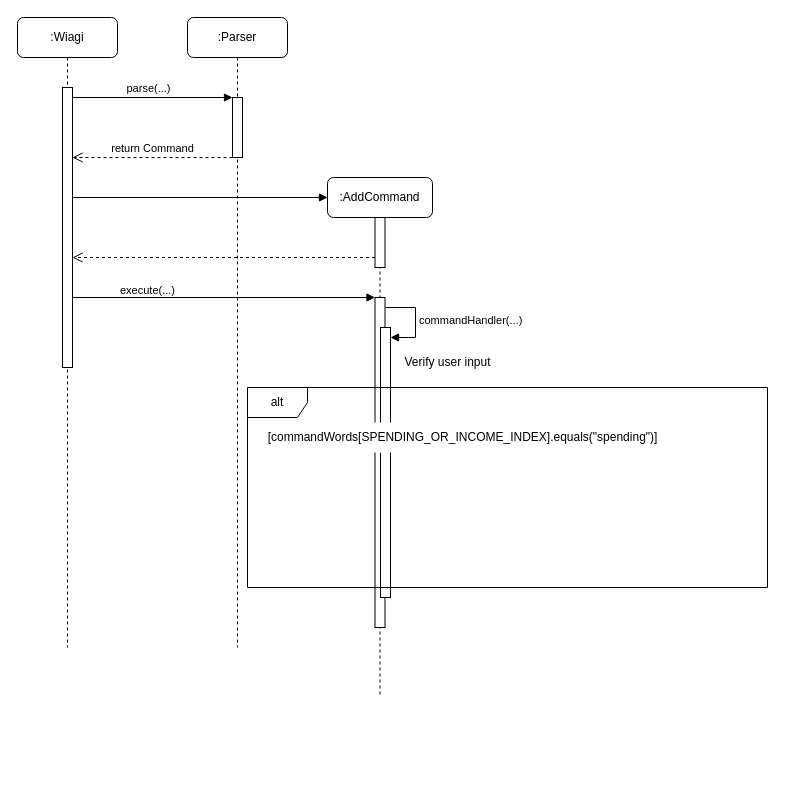
Earlier version of the draw.io diagram docs/Diagrams/addCommand.drawio (wongwh2002/CS2113TeamProject). Source tidied: cells renumbered, new cells numbered last; positions are measured from the earlier drawing's top-left corner, leaving out a move shared by most shapes. Both pictures are drawn from the tidied source at 100%, with x=0, y=0 at pixel (17, 17).
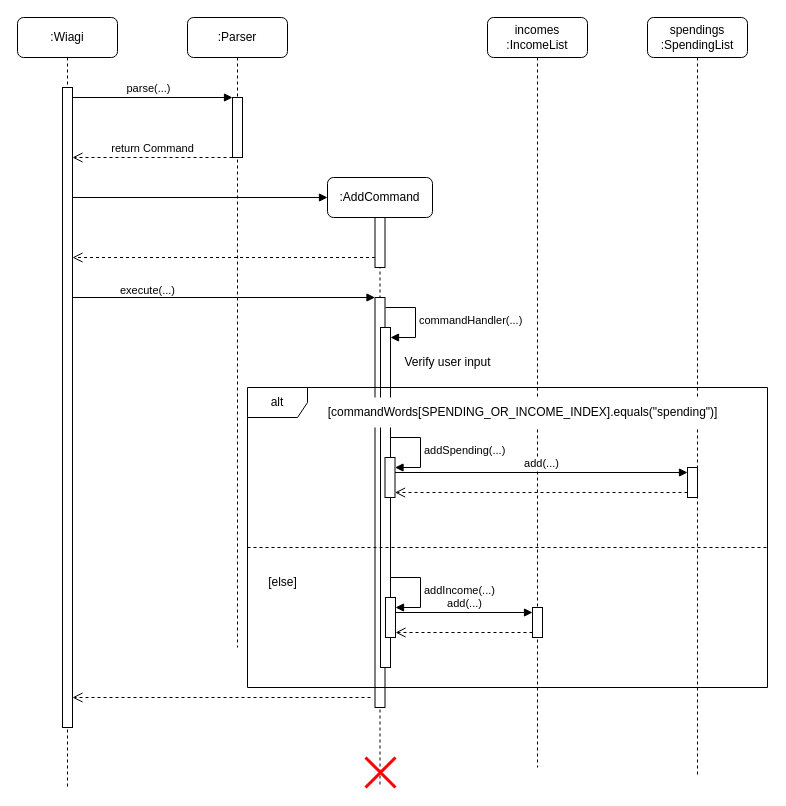
The same diagram, later.

What changed in the source:
```diff
@@
     <mxCell id="2" value=":Wiagi" style="shape=umlLifeline;perimeter=lifelinePerimeter;whiteSpace=wrap;html=1;newEdgeStyle={&quot;edgeStyle&quot;:&quot;elbowEdgeStyle&quot;,&quot;elbow&quot;:&quot;vertical&quot;,&quot;curved&quot;:0,&quot;rounded&quot;:0};rounded=1;" parent="1" vertex="1">
-      <mxGeometry width="100" height="630" as="geometry" />
+      <mxGeometry width="100" height="770" as="geometry" />
     </mxCell>
     <mxCell id="3" style="html=1;points=[];perimeter=orthogonalPerimeter;outlineConnect=0;targetShapes=umlLifeline;portConstraint=eastwest;newEdgeStyle={&quot;edgeStyle&quot;:&quot;elbowEdgeStyle&quot;,&quot;elbow&quot;:&quot;vertical&quot;,&quot;curved&quot;:0,&quot;rounded&quot;:0};" parent="2" vertex="1">
-      <mxGeometry x="45" y="70" width="10" height="280" as="geometry" />
+      <mxGeometry x="45" y="70" width="10" height="640" as="geometry" />
     </mxCell>
     <mxCell id="4" value=":AddCommand" style="shape=umlLifeline;rounded=1;whiteSpace=wrap;html=1;outlineConnect=0;portConstraint=eastwest;newEdgeStyle={&quot;curved&quot;:0,&quot;rounded&quot;:0};targetShapes=umlLifeline;participant=label;points=[[0,0,0,0,5],[0,1,0,0,-5],[1,0,0,0,5],[1,1,0,0,-5]];perimeter=rectanglePerimeter;" parent="1" vertex="1">
-      <mxGeometry x="310" y="160" width="105" height="520" as="geometry" />
+      <mxGeometry x="310" y="160" width="105" height="610" as="geometry" />
     </mxCell>
@@
     <mxCell id="6" style="html=1;points=[];perimeter=orthogonalPerimeter;outlineConnect=0;targetShapes=umlLifeline;portConstraint=eastwest;newEdgeStyle={&quot;edgeStyle&quot;:&quot;elbowEdgeStyle&quot;,&quot;elbow&quot;:&quot;vertical&quot;,&quot;curved&quot;:0,&quot;rounded&quot;:0};" parent="4" vertex="1">
-      <mxGeometry x="47.5" y="120" width="10" height="330" as="geometry" />
+      <mxGeometry x="47.5" y="120" width="10" height="410" as="geometry" />
     </mxCell>
     <mxCell id="7" style="html=1;points=[[0,0,0,0,5],[0,1,0,0,-5],[1,0,0,0,5],[1,1,0,0,-5]];perimeter=orthogonalPerimeter;outlineConnect=0;targetShapes=umlLifeline;portConstraint=eastwest;newEdgeStyle={&quot;curved&quot;:0,&quot;rounded&quot;:0};" parent="4" vertex="1">
-      <mxGeometry x="53" y="150" width="10" height="270" as="geometry" />
+      <mxGeometry x="53" y="150" width="10" height="340" as="geometry" />
     </mxCell>
@@
+    <mxCell id="20" style="html=1;points=[[0,0,0,0,5],[0,1,0,0,-5],[1,0,0,0,5],[1,1,0,0,-5]];perimeter=orthogonalPerimeter;outlineConnect=0;targetShapes=umlLifeline;portConstraint=eastwest;newEdgeStyle={&quot;curved&quot;:0,&quot;rounded&quot;:0};" parent="4" vertex="1">
+      <mxGeometry x="57.5" y="280" width="10" height="40" as="geometry" />
+    </mxCell>
+    <mxCell id="21" style="shape=umlDestroy;whiteSpace=wrap;html=1;strokeWidth=3;targetShapes=umlLifeline;strokeColor=#FF0000;" parent="4" vertex="1">
+      <mxGeometry x="38" y="580" width="30" height="30" as="geometry" />
+    </mxCell>
@@
     <mxCell id="15" value="alt" style="shape=umlFrame;whiteSpace=wrap;html=1;" parent="1" vertex="1">
-      <mxGeometry x="230" y="370" width="520" height="200" as="geometry" />
+      <mxGeometry x="230" y="370" width="520" height="300" as="geometry" />
     </mxCell>
@@
+    <mxCell id="22" value="[else]" style="text;html=1;align=center;verticalAlign=middle;strokeColor=none;fillColor=default;" parent="1" vertex="1">
+      <mxGeometry x="240" y="550" width="50" height="30" as="geometry" />
+    </mxCell>
+    <mxCell id="23" value="incomes :IncomeList" style="shape=umlLifeline;rounded=1;perimeter=lifelinePerimeter;whiteSpace=wrap;html=1;newEdgeStyle={&quot;edgeStyle&quot;:&quot;elbowEdgeStyle&quot;,&quot;elbow&quot;:&quot;vertical&quot;,&quot;curved&quot;:0,&quot;rounded&quot;:0};" parent="1" vertex="1">
+      <mxGeometry x="470" width="100" height="750" as="geometry" />
+    </mxCell>
+    <mxCell id="24" style="html=1;points=[[0,0,0,0,5],[0,1,0,0,-5],[1,0,0,0,5],[1,1,0,0,-5]];perimeter=orthogonalPerimeter;outlineConnect=0;targetShapes=umlLifeline;portConstraint=eastwest;newEdgeStyle={&quot;curved&quot;:0,&quot;rounded&quot;:0};" parent="23" vertex="1">
+      <mxGeometry x="45" y="590" width="10" height="30" as="geometry" />
+    </mxCell>
+    <mxCell id="25" value="spendings :SpendingList" style="shape=umlLifeline;rounded=1;perimeter=lifelinePerimeter;whiteSpace=wrap;html=1;newEdgeStyle={&quot;edgeStyle&quot;:&quot;elbowEdgeStyle&quot;,&quot;elbow&quot;:&quot;vertical&quot;,&quot;curved&quot;:0,&quot;rounded&quot;:0};" parent="1" vertex="1">
+      <mxGeometry x="630" width="100" height="760" as="geometry" />
+    </mxCell>
+    <mxCell id="26" style="html=1;points=[[0,0,0,0,5],[0,1,0,0,-5],[1,0,0,0,5],[1,1,0,0,-5]];perimeter=orthogonalPerimeter;outlineConnect=0;targetShapes=umlLifeline;portConstraint=eastwest;newEdgeStyle={&quot;curved&quot;:0,&quot;rounded&quot;:0};" parent="25" vertex="1">
+      <mxGeometry x="40" y="450" width="10" height="30" as="geometry" />
+    </mxCell>
     <mxCell id="19" value="[commandWords[SPENDING_OR_INCOME_INDEX].equals(&quot;spending&quot;)]" style="text;html=1;align=center;verticalAlign=middle;strokeColor=none;fillColor=default;shadow=0;" parent="1" vertex="1">
-      <mxGeometry x="240" y="405" width="410" height="30" as="geometry" />
+      <mxGeometry x="300" y="380" width="410" height="30" as="geometry" />
     </mxCell>
+    <mxCell id="27" value="addSpending(...)" style="html=1;align=left;spacingLeft=2;endArrow=block;rounded=0;edgeStyle=orthogonalEdgeStyle;curved=0;rounded=0;" parent="1" edge="1" target="20">
+      <mxGeometry relative="1" as="geometry">
+        <mxPoint x="373" y="420" as="sourcePoint" />
+        <Array as="points">
+          <mxPoint x="403" y="450" />
+        </Array>
+      </mxGeometry>
+    </mxCell>
+    <mxCell id="28" style="html=1;points=[[0,0,0,0,5],[0,1,0,0,-5],[1,0,0,0,5],[1,1,0,0,-5]];perimeter=orthogonalPerimeter;outlineConnect=0;targetShapes=umlLifeline;portConstraint=eastwest;newEdgeStyle={&quot;curved&quot;:0,&quot;rounded&quot;:0};" parent="1" vertex="1">
+      <mxGeometry x="368" y="580" width="10" height="40" as="geometry" />
+    </mxCell>
+    <mxCell id="29" value="addIncome(...)" style="html=1;align=left;spacingLeft=2;endArrow=block;rounded=0;edgeStyle=orthogonalEdgeStyle;curved=0;rounded=0;" parent="1" edge="1" target="28">
+      <mxGeometry x="0.01" relative="1" as="geometry">
+        <mxPoint x="373" y="560" as="sourcePoint" />
+        <Array as="points">
+          <mxPoint x="403" y="590" />
+        </Array>
+      </mxGeometry>
+    </mxCell>
+    <mxCell id="30" style="html=1;verticalAlign=bottom;endArrow=open;dashed=1;endSize=8;curved=0;rounded=0;exitX=0;exitY=1;exitDx=0;exitDy=-5;entryX=1;entryY=1;entryDx=0;entryDy=-5;entryPerimeter=0;" parent="1" edge="1" source="26" target="20">
+      <mxGeometry relative="1" as="geometry" />
+    </mxCell>
+    <mxCell id="31" value="add(...)" style="html=1;verticalAlign=bottom;endArrow=block;curved=0;rounded=0;entryX=0;entryY=0;entryDx=0;entryDy=5;" parent="1" edge="1" source="20" target="26">
+      <mxGeometry relative="1" as="geometry" />
+    </mxCell>
+    <mxCell id="32" value="add(...)" style="html=1;verticalAlign=bottom;endArrow=block;curved=0;rounded=0;entryX=0;entryY=0;entryDx=0;entryDy=5;" parent="1" edge="1" source="28" target="24">
+      <mxGeometry relative="1" as="geometry" />
+    </mxCell>
+    <mxCell id="33" style="html=1;verticalAlign=bottom;endArrow=open;dashed=1;endSize=8;curved=0;rounded=0;exitX=0;exitY=1;exitDx=0;exitDy=-5;entryX=1;entryY=1;entryDx=0;entryDy=-5;entryPerimeter=0;" parent="1" edge="1" source="24" target="28">
+      <mxGeometry relative="1" as="geometry" />
+    </mxCell>
+    <mxCell id="34" style="endArrow=none;dashed=1;html=1;rounded=0;" parent="1" edge="1">
+      <mxGeometry relative="1" as="geometry">
+        <mxPoint x="230" y="530" as="sourcePoint" />
+        <mxPoint x="750" y="530" as="targetPoint" />
+      </mxGeometry>
+    </mxCell>
+    <mxCell id="35" style="html=1;verticalAlign=bottom;endArrow=open;dashed=1;endSize=8;edgeStyle=elbowEdgeStyle;elbow=vertical;curved=0;rounded=0;" parent="1" edge="1" target="3">
+      <mxGeometry relative="1" as="geometry">
+        <mxPoint x="353" y="680" as="sourcePoint" />
+        <Array as="points">
+          <mxPoint x="155" y="680" />
+        </Array>
+      </mxGeometry>
+    </mxCell>
```
